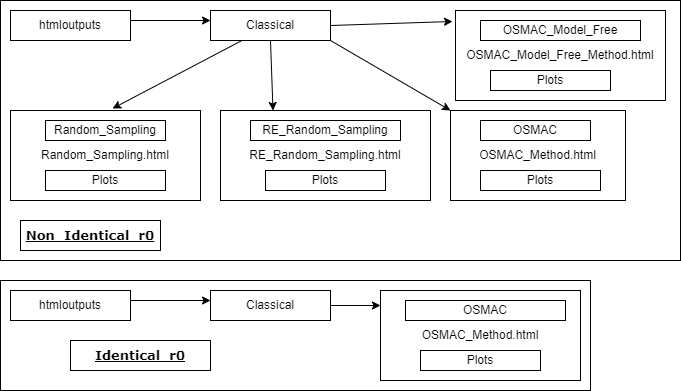
The draw.io diagram Images/htmloutputs.png in Amalan-ConStat/RS_OS_MROS_LR_RWS_SkinData, before a commit. Source tidied: cells renumbered, new cells last; positions are measured from the earlier drawing's top-left corner, leaving out a move shared by most shapes. Source of this version:
```xml
<mxGraphModel>
  <root>
    <mxCell id="0" />
    <mxCell id="1" parent="0" />
    <mxCell id="2" style="rounded=0;whiteSpace=wrap;html=1;fontFamily=Verdana;fontSize=13;fontColor=#000000;" parent="1" vertex="1">
      <mxGeometry y="280" width="590" height="110" as="geometry" />
    </mxCell>
    <mxCell id="3" style="rounded=0;whiteSpace=wrap;html=1;fontFamily=Verdana;fontSize=13;fontColor=#000000;" parent="1" vertex="1">
      <mxGeometry width="680" height="260" as="geometry" />
    </mxCell>
    <mxCell id="4" value="OSMAC_Method.html" style="rounded=0;whiteSpace=wrap;html=1;" parent="1" vertex="1">
      <mxGeometry x="450" y="110" width="175" height="90" as="geometry" />
    </mxCell>
    <mxCell id="5" value="&lt;span style=&quot;white-space: normal&quot;&gt;RE_Random_Sampling.html&lt;/span&gt;" style="rounded=0;whiteSpace=wrap;html=1;" parent="1" vertex="1">
      <mxGeometry x="220" y="110" width="210" height="90" as="geometry" />
    </mxCell>
    <mxCell id="6" value="Random_Sampling.html&lt;br&gt;" style="rounded=0;whiteSpace=wrap;html=1;" parent="1" vertex="1">
      <mxGeometry x="10" y="110" width="190" height="90" as="geometry" />
    </mxCell>
    <mxCell id="7" value="htmloutputs" style="rounded=0;whiteSpace=wrap;html=1;" parent="1" vertex="1">
      <mxGeometry x="10" y="10" width="120" height="30" as="geometry" />
    </mxCell>
    <mxCell id="8" value="Classical" style="rounded=0;whiteSpace=wrap;html=1;" parent="1" vertex="1">
      <mxGeometry x="210" y="10" width="120" height="30" as="geometry" />
    </mxCell>
    <mxCell id="9" value="Random_Sampling" style="rounded=0;whiteSpace=wrap;html=1;" parent="1" vertex="1">
      <mxGeometry x="45" y="120" width="120" height="20" as="geometry" />
    </mxCell>
    <mxCell id="10" value="RE_Random_Sampling" style="rounded=0;whiteSpace=wrap;html=1;" parent="1" vertex="1">
      <mxGeometry x="250" y="120" width="150" height="20" as="geometry" />
    </mxCell>
    <mxCell id="11" value="OSMAC" style="rounded=0;whiteSpace=wrap;html=1;" parent="1" vertex="1">
      <mxGeometry x="480" y="120" width="110" height="20" as="geometry" />
    </mxCell>
    <mxCell id="12" style="endArrow=classic;html=1;" parent="1" edge="1">
      <mxGeometry relative="1" as="geometry">
        <mxPoint x="130" y="20" as="sourcePoint" />
        <mxPoint x="210" y="20" as="targetPoint" />
      </mxGeometry>
    </mxCell>
    <mxCell id="13" style="endArrow=classic;html=1;entryX=0.537;entryY=-0.022;entryDx=0;entryDy=0;entryPerimeter=0;" parent="1" edge="1" source="8" target="6">
      <mxGeometry relative="1" as="geometry" />
    </mxCell>
    <mxCell id="14" style="endArrow=classic;html=1;exitX=0.5;exitY=1;exitDx=0;exitDy=0;entryX=0.25;entryY=0;entryDx=0;entryDy=0;" parent="1" edge="1" source="8" target="5">
      <mxGeometry relative="1" as="geometry" />
    </mxCell>
    <mxCell id="15" style="endArrow=classic;html=1;exitX=1;exitY=1;exitDx=0;exitDy=0;entryX=0;entryY=0;entryDx=0;entryDy=0;" parent="1" edge="1" source="8" target="4">
      <mxGeometry relative="1" as="geometry" />
    </mxCell>
    <mxCell id="16" value="Plots" style="rounded=0;whiteSpace=wrap;html=1;" parent="1" vertex="1">
      <mxGeometry x="45" y="170" width="120" height="20" as="geometry" />
    </mxCell>
    <mxCell id="17" value="Plots" style="rounded=0;whiteSpace=wrap;html=1;" parent="1" vertex="1">
      <mxGeometry x="265" y="170" width="120" height="20" as="geometry" />
    </mxCell>
    <mxCell id="18" value="Plots" style="rounded=0;whiteSpace=wrap;html=1;" parent="1" vertex="1">
      <mxGeometry x="480" y="170" width="120" height="20" as="geometry" />
    </mxCell>
    <mxCell id="19" value="OSMAC_Model_Free_Method.html" style="rounded=0;whiteSpace=wrap;html=1;" parent="1" vertex="1">
      <mxGeometry x="455" y="10" width="210" height="90" as="geometry" />
    </mxCell>
    <mxCell id="20" value="OSMAC_Model_Free" style="rounded=0;whiteSpace=wrap;html=1;" parent="1" vertex="1">
      <mxGeometry x="480" y="20" width="160" height="20" as="geometry" />
    </mxCell>
    <mxCell id="21" value="Plots" style="rounded=0;whiteSpace=wrap;html=1;" parent="1" vertex="1">
      <mxGeometry x="490" y="70" width="120" height="20" as="geometry" />
    </mxCell>
    <mxCell id="22" style="endArrow=classic;html=1;exitX=1;exitY=0.5;exitDx=0;exitDy=0;entryX=-0.014;entryY=0.122;entryDx=0;entryDy=0;entryPerimeter=0;" parent="1" edge="1" source="8" target="19">
      <mxGeometry relative="1" as="geometry" />
    </mxCell>
    <mxCell id="23" value="&lt;font color=&quot;#000000&quot;&gt;&lt;b&gt;&lt;u&gt;Non_Identical_r0&lt;/u&gt;&lt;/b&gt;&lt;/font&gt;" style="rounded=0;whiteSpace=wrap;html=1;fontFamily=Verdana;fontSize=13;fontColor=#CC00CC;" parent="1" vertex="1">
      <mxGeometry x="20" y="220" width="140" height="30" as="geometry" />
    </mxCell>
    <mxCell id="24" value="htmloutputs" style="rounded=0;whiteSpace=wrap;html=1;" parent="1" vertex="1">
      <mxGeometry x="10" y="290" width="120" height="30" as="geometry" />
    </mxCell>
    <mxCell id="25" value="Classical" style="rounded=0;whiteSpace=wrap;html=1;" parent="1" vertex="1">
      <mxGeometry x="210" y="290" width="120" height="30" as="geometry" />
    </mxCell>
    <mxCell id="26" style="endArrow=classic;html=1;" parent="1" edge="1">
      <mxGeometry relative="1" as="geometry">
        <mxPoint x="130" y="300" as="sourcePoint" />
        <mxPoint x="210" y="300" as="targetPoint" />
      </mxGeometry>
    </mxCell>
    <mxCell id="27" value="OSMAC_Method.html" style="rounded=0;whiteSpace=wrap;html=1;" parent="1" vertex="1">
      <mxGeometry x="380" y="290" width="200" height="90" as="geometry" />
    </mxCell>
    <mxCell id="28" value="OSMAC" style="rounded=0;whiteSpace=wrap;html=1;" parent="1" vertex="1">
      <mxGeometry x="405" y="300" width="160" height="20" as="geometry" />
    </mxCell>
    <mxCell id="29" value="Plots" style="rounded=0;whiteSpace=wrap;html=1;" parent="1" vertex="1">
      <mxGeometry x="420" y="350" width="120" height="20" as="geometry" />
    </mxCell>
    <mxCell id="30" style="endArrow=classic;html=1;exitX=1;exitY=0.5;exitDx=0;exitDy=0;" parent="1" edge="1" source="25">
      <mxGeometry relative="1" as="geometry">
        <mxPoint x="380" y="305" as="targetPoint" />
      </mxGeometry>
    </mxCell>
    <mxCell id="31" value="&lt;font color=&quot;#000000&quot;&gt;&lt;b&gt;&lt;u&gt;Identical_r0&lt;/u&gt;&lt;/b&gt;&lt;/font&gt;" style="rounded=0;whiteSpace=wrap;html=1;fontFamily=Verdana;fontSize=13;fontColor=#CC00CC;" parent="1" vertex="1">
      <mxGeometry x="70" y="340" width="140" height="30" as="geometry" />
    </mxCell>
  </root>
</mxGraphModel>
```
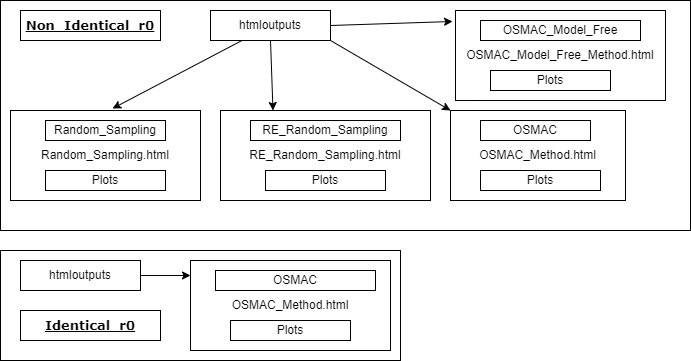
After the commit.

The edit, as a diff of the source:
```diff
@@ -3,10 +3,10 @@
     <mxCell id="0" />
     <mxCell id="1" parent="0" />
     <mxCell id="2" style="rounded=0;whiteSpace=wrap;html=1;fontFamily=Verdana;fontSize=13;fontColor=#000000;" parent="1" vertex="1">
-      <mxGeometry y="280" width="590" height="110" as="geometry" />
+      <mxGeometry y="250" width="400" height="110" as="geometry" />
     </mxCell>
     <mxCell id="3" style="rounded=0;whiteSpace=wrap;html=1;fontFamily=Verdana;fontSize=13;fontColor=#000000;" parent="1" vertex="1">
-      <mxGeometry width="680" height="260" as="geometry" />
+      <mxGeometry width="690" height="230" as="geometry" />
     </mxCell>
     <mxCell id="4" value="OSMAC_Method.html" style="rounded=0;whiteSpace=wrap;html=1;" parent="1" vertex="1">
       <mxGeometry x="450" y="110" width="175" height="90" as="geometry" />
@@ -18,11 +18,8 @@
       <mxGeometry x="10" y="110" width="190" height="90" as="geometry" />
     </mxCell>
     <mxCell id="7" value="htmloutputs" style="rounded=0;whiteSpace=wrap;html=1;" parent="1" vertex="1">
-      <mxGeometry x="10" y="10" width="120" height="30" as="geometry" />
+      <mxGeometry x="210" y="10" width="120" height="30" as="geometry" />
     </mxCell>
-    <mxCell id="8" value="Classical" style="rounded=0;whiteSpace=wrap;html=1;" parent="1" vertex="1">
-      <mxGeometry x="210" y="10" width="120" height="30" as="geometry" />
-    </mxCell>
     <mxCell id="9" value="Random_Sampling" style="rounded=0;whiteSpace=wrap;html=1;" parent="1" vertex="1">
       <mxGeometry x="45" y="120" width="120" height="20" as="geometry" />
     </mxCell>
@@ -32,20 +29,20 @@
     <mxCell id="11" value="OSMAC" style="rounded=0;whiteSpace=wrap;html=1;" parent="1" vertex="1">
       <mxGeometry x="480" y="120" width="110" height="20" as="geometry" />
     </mxCell>
-    <mxCell id="12" style="endArrow=classic;html=1;" parent="1" edge="1">
-      <mxGeometry relative="1" as="geometry">
-        <mxPoint x="130" y="20" as="sourcePoint" />
-        <mxPoint x="210" y="20" as="targetPoint" />
-      </mxGeometry>
-    </mxCell>
-    <mxCell id="13" style="endArrow=classic;html=1;entryX=0.537;entryY=-0.022;entryDx=0;entryDy=0;entryPerimeter=0;" parent="1" edge="1" source="8" target="6">
-      <mxGeometry relative="1" as="geometry" />
+    <mxCell id="13" style="endArrow=classic;html=1;entryX=0.537;entryY=-0.022;entryDx=0;entryDy=0;entryPerimeter=0;" parent="1" edge="1" target="6">
+      <mxGeometry relative="1" as="geometry">
+        <mxPoint x="241.5" y="40" as="sourcePoint" />
+      </mxGeometry>
     </mxCell>
-    <mxCell id="14" style="endArrow=classic;html=1;exitX=0.5;exitY=1;exitDx=0;exitDy=0;entryX=0.25;entryY=0;entryDx=0;entryDy=0;" parent="1" edge="1" source="8" target="5">
-      <mxGeometry relative="1" as="geometry" />
+    <mxCell id="14" style="endArrow=classic;html=1;exitX=0.5;exitY=1;exitDx=0;exitDy=0;entryX=0.25;entryY=0;entryDx=0;entryDy=0;" parent="1" edge="1" target="5">
+      <mxGeometry relative="1" as="geometry">
+        <mxPoint x="270" y="40" as="sourcePoint" />
+      </mxGeometry>
     </mxCell>
-    <mxCell id="15" style="endArrow=classic;html=1;exitX=1;exitY=1;exitDx=0;exitDy=0;entryX=0;entryY=0;entryDx=0;entryDy=0;" parent="1" edge="1" source="8" target="4">
-      <mxGeometry relative="1" as="geometry" />
+    <mxCell id="15" style="endArrow=classic;html=1;exitX=1;exitY=1;exitDx=0;exitDy=0;entryX=0;entryY=0;entryDx=0;entryDy=0;" parent="1" edge="1" target="4">
+      <mxGeometry relative="1" as="geometry">
+        <mxPoint x="330" y="40" as="sourcePoint" />
+      </mxGeometry>
     </mxCell>
     <mxCell id="16" value="Plots" style="rounded=0;whiteSpace=wrap;html=1;" parent="1" vertex="1">
       <mxGeometry x="45" y="170" width="120" height="20" as="geometry" />
@@ -65,40 +62,34 @@
     <mxCell id="21" value="Plots" style="rounded=0;whiteSpace=wrap;html=1;" parent="1" vertex="1">
       <mxGeometry x="490" y="70" width="120" height="20" as="geometry" />
     </mxCell>
-    <mxCell id="22" style="endArrow=classic;html=1;exitX=1;exitY=0.5;exitDx=0;exitDy=0;entryX=-0.014;entryY=0.122;entryDx=0;entryDy=0;entryPerimeter=0;" parent="1" edge="1" source="8" target="19">
-      <mxGeometry relative="1" as="geometry" />
+    <mxCell id="22" style="endArrow=classic;html=1;exitX=1;exitY=0.5;exitDx=0;exitDy=0;entryX=-0.014;entryY=0.122;entryDx=0;entryDy=0;entryPerimeter=0;" parent="1" edge="1" target="19">
+      <mxGeometry relative="1" as="geometry">
+        <mxPoint x="330" y="25" as="sourcePoint" />
+      </mxGeometry>
     </mxCell>
     <mxCell id="23" value="&lt;font color=&quot;#000000&quot;&gt;&lt;b&gt;&lt;u&gt;Non_Identical_r0&lt;/u&gt;&lt;/b&gt;&lt;/font&gt;" style="rounded=0;whiteSpace=wrap;html=1;fontFamily=Verdana;fontSize=13;fontColor=#CC00CC;" parent="1" vertex="1">
-      <mxGeometry x="20" y="220" width="140" height="30" as="geometry" />
+      <mxGeometry x="20" y="10" width="140" height="30" as="geometry" />
     </mxCell>
     <mxCell id="24" value="htmloutputs" style="rounded=0;whiteSpace=wrap;html=1;" parent="1" vertex="1">
-      <mxGeometry x="10" y="290" width="120" height="30" as="geometry" />
+      <mxGeometry x="20" y="260" width="120" height="30" as="geometry" />
     </mxCell>
-    <mxCell id="25" value="Classical" style="rounded=0;whiteSpace=wrap;html=1;" parent="1" vertex="1">
-      <mxGeometry x="210" y="290" width="120" height="30" as="geometry" />
-    </mxCell>
-    <mxCell id="26" style="endArrow=classic;html=1;" parent="1" edge="1">
-      <mxGeometry relative="1" as="geometry">
-        <mxPoint x="130" y="300" as="sourcePoint" />
-        <mxPoint x="210" y="300" as="targetPoint" />
-      </mxGeometry>
-    </mxCell>
     <mxCell id="27" value="OSMAC_Method.html" style="rounded=0;whiteSpace=wrap;html=1;" parent="1" vertex="1">
-      <mxGeometry x="380" y="290" width="200" height="90" as="geometry" />
+      <mxGeometry x="190" y="260" width="200" height="90" as="geometry" />
     </mxCell>
     <mxCell id="28" value="OSMAC" style="rounded=0;whiteSpace=wrap;html=1;" parent="1" vertex="1">
-      <mxGeometry x="405" y="300" width="160" height="20" as="geometry" />
+      <mxGeometry x="215" y="270" width="160" height="20" as="geometry" />
     </mxCell>
     <mxCell id="29" value="Plots" style="rounded=0;whiteSpace=wrap;html=1;" parent="1" vertex="1">
-      <mxGeometry x="420" y="350" width="120" height="20" as="geometry" />
+      <mxGeometry x="230" y="320" width="120" height="20" as="geometry" />
     </mxCell>
-    <mxCell id="30" style="endArrow=classic;html=1;exitX=1;exitY=0.5;exitDx=0;exitDy=0;" parent="1" edge="1" source="25">
+    <mxCell id="30" style="endArrow=classic;html=1;exitX=1;exitY=0.5;exitDx=0;exitDy=0;" parent="1" edge="1">
       <mxGeometry relative="1" as="geometry">
-        <mxPoint x="380" y="305" as="targetPoint" />
+        <mxPoint x="140" y="275" as="sourcePoint" />
+        <mxPoint x="190" y="275" as="targetPoint" />
       </mxGeometry>
     </mxCell>
     <mxCell id="31" value="&lt;font color=&quot;#000000&quot;&gt;&lt;b&gt;&lt;u&gt;Identical_r0&lt;/u&gt;&lt;/b&gt;&lt;/font&gt;" style="rounded=0;whiteSpace=wrap;html=1;fontFamily=Verdana;fontSize=13;fontColor=#CC00CC;" parent="1" vertex="1">
-      <mxGeometry x="70" y="340" width="140" height="30" as="geometry" />
+      <mxGeometry x="20" y="310" width="140" height="30" as="geometry" />
     </mxCell>
   </root>
 </mxGraphModel>
```
